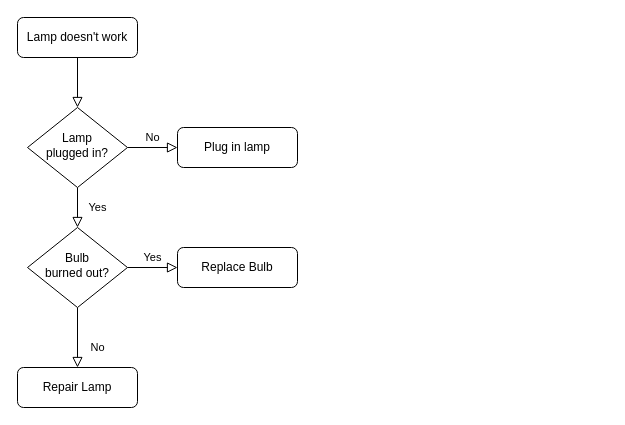
The draw.io diagram 智能人天管理.drawio in wingtian/SAP_F, before the edit. Source tidied: cells renumbered, new cells numbered last; positions are measured from the earlier drawing's top-left corner, leaving out a move shared by most shapes. Both pictures are drawn from the tidied source at 100%, with x=0, y=0 at pixel (17, 17).
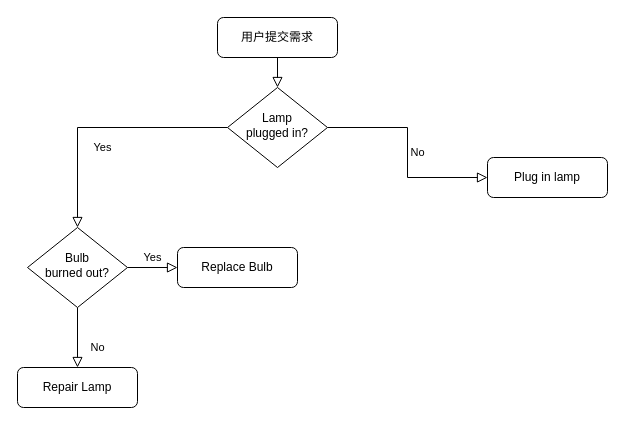
After the change.

Commit message:
更新智能人天管理.drawio

The edit, as a diff of the source:
```diff
@@
 <mxGraphModel>
   <root>
     <mxCell id="0" />
     <mxCell id="1" parent="0" />
     <mxCell id="2" style="rounded=0;html=1;jettySize=auto;fontSize=11;endArrow=block;endFill=0;endSize=8;strokeWidth=1;shadow=0;labelBackgroundColor=none;edgeStyle=orthogonalEdgeStyle;" parent="1" edge="1" source="3" target="6">
       <mxGeometry relative="1" as="geometry" />
     </mxCell>
-    <mxCell id="3" value="Lamp doesn't work" style="rounded=1;whiteSpace=wrap;html=1;fontSize=12;glass=0;strokeWidth=1;shadow=0;" parent="1" vertex="1">
-      <mxGeometry width="120" height="40" as="geometry" />
+    <mxCell id="3" value="用户提交需求" style="rounded=1;whiteSpace=wrap;html=1;fontSize=12;glass=0;strokeWidth=1;shadow=0;" parent="1" vertex="1">
+      <mxGeometry x="200" width="120" height="40" as="geometry" />
     </mxCell>
     <mxCell id="4" value="Yes" style="rounded=0;html=1;jettySize=auto;fontSize=11;endArrow=block;endFill=0;endSize=8;strokeWidth=1;shadow=0;labelBackgroundColor=none;edgeStyle=orthogonalEdgeStyle;" parent="1" edge="1" source="6" target="10">
       <mxGeometry y="20" relative="1" as="geometry" />
     </mxCell>
     <mxCell id="5" value="No" style="edgeStyle=orthogonalEdgeStyle;rounded=0;html=1;jettySize=auto;fontSize=11;endArrow=block;endFill=0;endSize=8;strokeWidth=1;shadow=0;labelBackgroundColor=none;" parent="1" edge="1" source="6" target="7">
       <mxGeometry y="10" relative="1" as="geometry" />
     </mxCell>
     <mxCell id="6" value="Lamp&lt;br&gt;plugged in?" style="rhombus;whiteSpace=wrap;html=1;shadow=0;fontFamily=Helvetica;fontSize=12;align=center;strokeWidth=1;spacing=6;spacingTop=-4;" parent="1" vertex="1">
-      <mxGeometry x="10" y="90" width="100" height="80" as="geometry" />
+      <mxGeometry x="210" y="70" width="100" height="80" as="geometry" />
     </mxCell>
     <mxCell id="7" value="Plug in lamp" style="rounded=1;whiteSpace=wrap;html=1;fontSize=12;glass=0;strokeWidth=1;shadow=0;" parent="1" vertex="1">
-      <mxGeometry x="160" y="110" width="120" height="40" as="geometry" />
+      <mxGeometry x="470" y="140" width="120" height="40" as="geometry" />
     </mxCell>
     <mxCell id="8" value="No" style="rounded=0;html=1;jettySize=auto;fontSize=11;endArrow=block;endFill=0;endSize=8;strokeWidth=1;shadow=0;labelBackgroundColor=none;edgeStyle=orthogonalEdgeStyle;" parent="1" edge="1" source="10" target="11">
       <mxGeometry x="0.33" y="20" relative="1" as="geometry" />
     </mxCell>
     <mxCell id="9" value="Yes" style="edgeStyle=orthogonalEdgeStyle;rounded=0;html=1;jettySize=auto;fontSize=11;endArrow=block;endFill=0;endSize=8;strokeWidth=1;shadow=0;labelBackgroundColor=none;" parent="1" edge="1" source="10" target="12">
       <mxGeometry y="10" relative="1" as="geometry" />
     </mxCell>
     <mxCell id="10" value="Bulb&lt;br&gt;burned out?" style="rhombus;whiteSpace=wrap;html=1;shadow=0;fontFamily=Helvetica;fontSize=12;align=center;strokeWidth=1;spacing=6;spacingTop=-4;" parent="1" vertex="1">
       <mxGeometry x="10" y="210" width="100" height="80" as="geometry" />
     </mxCell>
     <mxCell id="11" value="Repair Lamp" style="rounded=1;whiteSpace=wrap;html=1;fontSize=12;glass=0;strokeWidth=1;shadow=0;" parent="1" vertex="1">
       <mxGeometry y="350" width="120" height="40" as="geometry" />
     </mxCell>
     <mxCell id="12" value="Replace Bulb" style="rounded=1;whiteSpace=wrap;html=1;fontSize=12;glass=0;strokeWidth=1;shadow=0;" parent="1" vertex="1">
       <mxGeometry x="160" y="230" width="120" height="40" as="geometry" />
     </mxCell>
   </root>
 </mxGraphModel>
```
